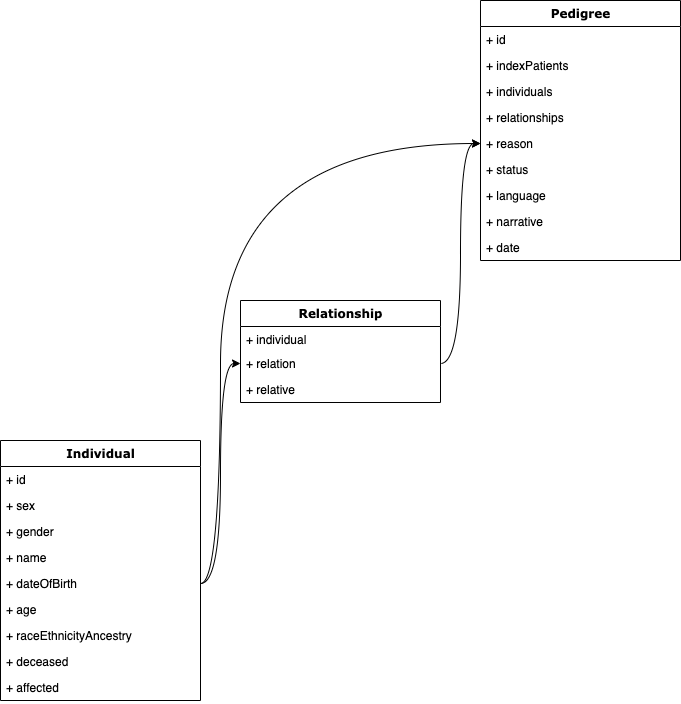
This is docs/source/images/classes.png from ga4gh/pedigree, a draw.io export, as it was before one commit. Source tidied: cells renumbered, new cells last; positions are measured from the earlier drawing's top-left corner, leaving out a move shared by most shapes.
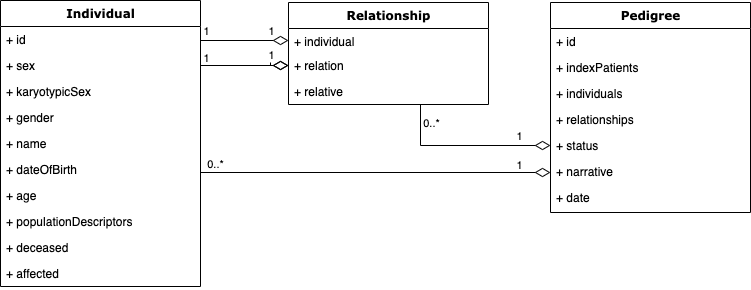
The same diagram one commit later.

Commit message:
Update class diagram with latest fields

The edit, as a diff of the source:
```diff
@@ -3,37 +3,40 @@
     <mxCell id="0" />
     <mxCell id="1" parent="0" />
     <mxCell id="2" value="Individual" style="swimlane;html=1;fontStyle=1;align=center;verticalAlign=top;horizontal=1;startSize=26;swimlaneFillColor=#ffffff;rounded=0;shadow=0;comic=0;labelBackgroundColor=none;strokeWidth=1;fillColor=none;fontFamily=Verdana;fontSize=12;" parent="1" vertex="1">
-      <mxGeometry y="440" width="200" height="260" as="geometry" />
+      <mxGeometry x="-70" y="258" width="200" height="286" as="geometry" />
     </mxCell>
     <mxCell id="3" value="+ id" style="text;html=1;strokeColor=none;fillColor=none;align=left;verticalAlign=top;spacingLeft=4;spacingRight=4;whiteSpace=wrap;overflow=hidden;" parent="2" vertex="1">
       <mxGeometry y="26" width="200" height="26" as="geometry" />
     </mxCell>
+    <mxCell id="29" value="+ sex" style="text;html=1;strokeColor=none;fillColor=none;align=left;verticalAlign=top;spacingLeft=4;spacingRight=4;whiteSpace=wrap;overflow=hidden;points=[[0,0.5],[1,0.5]];portConstraint=eastwest;" parent="2" vertex="1">
+      <mxGeometry y="52" width="200" height="26" as="geometry" />
+    </mxCell>
-    <mxCell id="4" value="+ sex" style="text;html=1;strokeColor=none;fillColor=none;align=left;verticalAlign=top;spacingLeft=4;spacingRight=4;whiteSpace=wrap;overflow=hidden;" parent="2" vertex="1">
-      <mxGeometry y="52" width="200" height="26" as="geometry" />
+    <mxCell id="4" value="+ karyotypicSex" style="text;html=1;strokeColor=none;fillColor=none;align=left;verticalAlign=top;spacingLeft=4;spacingRight=4;whiteSpace=wrap;overflow=hidden;" parent="2" vertex="1">
+      <mxGeometry y="78" width="200" height="26" as="geometry" />
     </mxCell>
     <mxCell id="5" value="+ gender" style="text;html=1;strokeColor=none;fillColor=none;align=left;verticalAlign=top;spacingLeft=4;spacingRight=4;whiteSpace=wrap;overflow=hidden;" parent="2" vertex="1">
-      <mxGeometry y="78" width="200" height="26" as="geometry" />
+      <mxGeometry y="104" width="200" height="26" as="geometry" />
     </mxCell>
     <mxCell id="6" value="+ name" style="text;html=1;strokeColor=none;fillColor=none;align=left;verticalAlign=top;spacingLeft=4;spacingRight=4;whiteSpace=wrap;overflow=hidden;" parent="2" vertex="1">
-      <mxGeometry y="104" width="200" height="26" as="geometry" />
+      <mxGeometry y="130" width="200" height="26" as="geometry" />
     </mxCell>
     <mxCell id="7" value="+ dateOfBirth" style="text;html=1;strokeColor=none;fillColor=none;align=left;verticalAlign=top;spacingLeft=4;spacingRight=4;whiteSpace=wrap;overflow=hidden;points=[[0,0.5],[1,0.5]];portConstraint=eastwest;" parent="2" vertex="1">
-      <mxGeometry y="130" width="200" height="26" as="geometry" />
+      <mxGeometry y="156" width="200" height="26" as="geometry" />
     </mxCell>
     <mxCell id="8" value="+ age" style="text;html=1;strokeColor=none;fillColor=none;align=left;verticalAlign=top;spacingLeft=4;spacingRight=4;whiteSpace=wrap;overflow=hidden;" parent="2" vertex="1">
-      <mxGeometry y="156" width="200" height="26" as="geometry" />
+      <mxGeometry y="182" width="200" height="26" as="geometry" />
     </mxCell>
-    <mxCell id="9" value="+ raceEthnicityAncestry" style="text;html=1;strokeColor=none;fillColor=none;align=left;verticalAlign=top;spacingLeft=4;spacingRight=4;whiteSpace=wrap;overflow=hidden;" parent="2" vertex="1">
-      <mxGeometry y="182" width="200" height="26" as="geometry" />
+    <mxCell id="9" value="+ populationDescriptors" style="text;html=1;strokeColor=none;fillColor=none;align=left;verticalAlign=top;spacingLeft=4;spacingRight=4;whiteSpace=wrap;overflow=hidden;" parent="2" vertex="1">
+      <mxGeometry y="208" width="200" height="26" as="geometry" />
     </mxCell>
     <mxCell id="10" value="+ deceased" style="text;html=1;strokeColor=none;fillColor=none;align=left;verticalAlign=top;spacingLeft=4;spacingRight=4;whiteSpace=wrap;overflow=hidden;" parent="2" vertex="1">
-      <mxGeometry y="208" width="200" height="26" as="geometry" />
+      <mxGeometry y="234" width="200" height="26" as="geometry" />
     </mxCell>
     <mxCell id="11" value="+ affected" style="text;html=1;strokeColor=none;fillColor=none;align=left;verticalAlign=top;spacingLeft=4;spacingRight=4;whiteSpace=wrap;overflow=hidden;" parent="2" vertex="1">
-      <mxGeometry y="234" width="200" height="26" as="geometry" />
+      <mxGeometry y="260" width="200" height="26" as="geometry" />
     </mxCell>
     <mxCell id="12" value="Relationship" style="swimlane;html=1;fontStyle=1;align=center;verticalAlign=top;horizontal=1;startSize=26;swimlaneFillColor=#ffffff;rounded=0;shadow=0;comic=0;labelBackgroundColor=none;strokeWidth=1;fillColor=none;fontFamily=Verdana;fontSize=12;" parent="1" vertex="1">
-      <mxGeometry x="240" y="300" width="200" height="102" as="geometry" />
+      <mxGeometry x="218" y="260" width="200" height="102" as="geometry" />
     </mxCell>
     <mxCell id="13" value="+ individual" style="text;html=1;strokeColor=none;fillColor=none;align=left;verticalAlign=top;spacingLeft=4;spacingRight=4;whiteSpace=wrap;overflow=hidden;points=[[0,0.5],[1,0.5]];portConstraint=eastwest;" parent="12" vertex="1">
       <mxGeometry y="26" width="200" height="24" as="geometry" />
@@ -45,7 +48,7 @@
       <mxGeometry y="76" width="200" height="26" as="geometry" />
     </mxCell>
     <mxCell id="16" value="Pedigree" style="swimlane;html=1;fontStyle=1;align=center;verticalAlign=top;horizontal=1;startSize=26;swimlaneFillColor=#ffffff;rounded=0;shadow=0;comic=0;labelBackgroundColor=none;strokeWidth=1;fillColor=none;fontFamily=Verdana;fontSize=12;" parent="1" vertex="1">
-      <mxGeometry x="480" width="200" height="260" as="geometry" />
+      <mxGeometry x="480" y="260" width="200" height="210" as="geometry" />
     </mxCell>
     <mxCell id="17" value="+ id" style="text;html=1;strokeColor=none;fillColor=none;align=left;verticalAlign=top;spacingLeft=4;spacingRight=4;whiteSpace=wrap;overflow=hidden;" parent="16" vertex="1">
       <mxGeometry y="26" width="200" height="26" as="geometry" />
@@ -59,34 +62,81 @@
     <mxCell id="20" value="+ relationships" style="text;html=1;strokeColor=none;fillColor=none;align=left;verticalAlign=top;spacingLeft=4;spacingRight=4;whiteSpace=wrap;overflow=hidden;" parent="16" vertex="1">
       <mxGeometry y="104" width="200" height="26" as="geometry" />
     </mxCell>
-    <mxCell id="21" value="+ reason" style="text;html=1;strokeColor=none;fillColor=none;align=left;verticalAlign=top;spacingLeft=4;spacingRight=4;whiteSpace=wrap;overflow=hidden;points=[[0,0.5],[1,0.5]];portConstraint=eastwest;" parent="16" vertex="1">
-      <mxGeometry y="130" width="200" height="26" as="geometry" />
-    </mxCell>
     <mxCell id="22" value="+ status" style="text;html=1;strokeColor=none;fillColor=none;align=left;verticalAlign=top;spacingLeft=4;spacingRight=4;whiteSpace=wrap;overflow=hidden;points=[[0,0.5],[1,0.5]];portConstraint=eastwest;" parent="16" vertex="1">
-      <mxGeometry y="156" width="200" height="26" as="geometry" />
+      <mxGeometry y="130" width="200" height="26" as="geometry" />
     </mxCell>
-    <mxCell id="23" value="+ language" style="text;html=1;strokeColor=none;fillColor=none;align=left;verticalAlign=top;spacingLeft=4;spacingRight=4;whiteSpace=wrap;overflow=hidden;" parent="16" vertex="1">
-      <mxGeometry y="182" width="200" height="26" as="geometry" />
-    </mxCell>
     <mxCell id="24" value="+ narrative" style="text;html=1;strokeColor=none;fillColor=none;align=left;verticalAlign=top;spacingLeft=4;spacingRight=4;whiteSpace=wrap;overflow=hidden;" parent="16" vertex="1">
-      <mxGeometry y="208" width="200" height="26" as="geometry" />
+      <mxGeometry y="156" width="200" height="26" as="geometry" />
     </mxCell>
     <mxCell id="25" value="+ date" style="text;html=1;strokeColor=none;fillColor=none;align=left;verticalAlign=top;spacingLeft=4;spacingRight=4;whiteSpace=wrap;overflow=hidden;" parent="16" vertex="1">
-      <mxGeometry y="234" width="200" height="26" as="geometry" />
+      <mxGeometry y="182" width="200" height="26" as="geometry" />
     </mxCell>
-    <mxCell id="26" style="edgeStyle=orthogonalEdgeStyle;curved=1;rounded=0;jettySize=auto;html=1;exitX=1;exitY=0.5;exitDx=0;exitDy=0;entryX=0;entryY=0.5;entryDx=0;entryDy=0;" parent="1" edge="1" source="7" target="14">
-      <mxGeometry relative="1" as="geometry" />
-    </mxCell>
-    <mxCell id="27" style="edgeStyle=orthogonalEdgeStyle;curved=1;rounded=0;jettySize=auto;html=1;exitX=1;exitY=0.5;exitDx=0;exitDy=0;entryX=0;entryY=0.5;entryDx=0;entryDy=0;" parent="1" edge="1" source="14" target="21">
-      <mxGeometry relative="1" as="geometry" />
-    </mxCell>
-    <mxCell id="28" style="edgeStyle=orthogonalEdgeStyle;curved=1;rounded=0;jettySize=auto;html=1;exitX=1;exitY=0.5;exitDx=0;exitDy=0;entryX=0;entryY=0.5;entryDx=0;entryDy=0;" parent="1" edge="1" source="7" target="21">
-      <mxGeometry relative="1" as="geometry">
-        <Array as="points">
-          <mxPoint x="220" y="583" />
-          <mxPoint x="220" y="143" />
-        </Array>
-      </mxGeometry>
-    </mxCell>
+    <mxCell id="30" style="edgeStyle=orthogonalEdgeStyle;rounded=0;jettySize=auto;html=1;startArrow=diamondThin;startFill=0;startSize=13;endArrow=none;endFill=0;exitX=0;exitY=0.5;exitDx=0;exitDy=0;entryX=0.36;entryY=1;entryDx=0;entryDy=0;entryPerimeter=0;" parent="1" edge="1" source="22" target="15">
+      <mxGeometry relative="1" as="geometry">
+        <Array as="points">
+          <mxPoint x="350" y="403" />
+          <mxPoint x="350" y="362" />
+        </Array>
+      </mxGeometry>
+    </mxCell>
+    <mxCell id="31" value="0..*" style="edgeLabel;html=1;align=center;verticalAlign=middle;" parent="30" vertex="1">
+      <mxGeometry x="0.32" y="-3" relative="1" as="geometry">
+        <mxPoint x="7" as="offset" />
+      </mxGeometry>
+    </mxCell>
+    <mxCell id="32" value="1" style="edgeLabel;html=1;align=center;verticalAlign=middle;" parent="30" vertex="1">
+      <mxGeometry x="-0.84" y="3" relative="1" as="geometry">
+        <mxPoint x="-13" y="-13" as="offset" />
+      </mxGeometry>
+    </mxCell>
+    <mxCell id="33" style="edgeStyle=orthogonalEdgeStyle;rounded=0;orthogonalLoop=1;jettySize=auto;html=1;startArrow=diamondThin;startFill=0;endArrow=none;endFill=0;startSize=13;" parent="1" edge="1">
+      <mxGeometry relative="1" as="geometry">
+        <mxPoint x="480" y="430" as="sourcePoint" />
+        <mxPoint x="130" y="430" as="targetPoint" />
+      </mxGeometry>
+    </mxCell>
+    <mxCell id="34" value="1" style="edgeLabel;html=1;align=center;verticalAlign=middle;" parent="33" vertex="1">
+      <mxGeometry x="-0.85" y="-1" relative="1" as="geometry">
+        <mxPoint x="-6" y="-7" as="offset" />
+      </mxGeometry>
+    </mxCell>
+    <mxCell id="35" value="0..*" style="edgeLabel;html=1;align=center;verticalAlign=middle;" parent="33" vertex="1">
+      <mxGeometry x="0.92" y="-2" relative="1" as="geometry">
+        <mxPoint y="-7" as="offset" />
+      </mxGeometry>
+    </mxCell>
+    <mxCell id="36" style="edgeStyle=orthogonalEdgeStyle;rounded=0;jettySize=auto;html=1;exitX=0;exitY=0.5;exitDx=0;exitDy=0;startArrow=diamondThin;startFill=0;endArrow=none;endFill=0;startSize=13;" parent="1" edge="1" source="14">
+      <mxGeometry relative="1" as="geometry">
+        <mxPoint x="200" y="320" as="targetPoint" />
+      </mxGeometry>
+    </mxCell>
+    <mxCell id="37" style="edgeStyle=orthogonalEdgeStyle;rounded=0;jettySize=auto;html=1;startArrow=diamondThin;startFill=0;endArrow=none;endFill=0;startSize=13;exitX=0;exitY=0.5;exitDx=0;exitDy=0;" parent="1" edge="1" source="13">
+      <mxGeometry relative="1" as="geometry">
+        <mxPoint x="130" y="298" as="targetPoint" />
+      </mxGeometry>
+    </mxCell>
+    <mxCell id="38" value="1" style="edgeLabel;html=1;align=center;verticalAlign=middle;" parent="37" vertex="1">
+      <mxGeometry x="-0.58" y="-4" relative="1" as="geometry">
+        <mxPoint y="-6" as="offset" />
+      </mxGeometry>
+    </mxCell>
+    <mxCell id="39" value="1" style="edgeLabel;html=1;align=center;verticalAlign=middle;" parent="37" vertex="1">
+      <mxGeometry x="0.89" relative="1" as="geometry">
+        <mxPoint y="-10" as="offset" />
+      </mxGeometry>
+    </mxCell>
+    <mxCell id="40" style="edgeStyle=orthogonalEdgeStyle;rounded=0;jettySize=auto;html=1;exitX=0;exitY=0.5;exitDx=0;exitDy=0;startArrow=diamondThin;startFill=0;endArrow=none;endFill=0;startSize=13;entryX=1;entryY=0.5;entryDx=0;entryDy=0;" parent="1" edge="1" source="14" target="29">
+      <mxGeometry relative="1" as="geometry" />
+    </mxCell>
+    <mxCell id="41" value="1" style="edgeLabel;html=1;align=center;verticalAlign=middle;" parent="40" vertex="1">
+      <mxGeometry x="-0.58" y="-3" relative="1" as="geometry">
+        <mxPoint y="-8" as="offset" />
+      </mxGeometry>
+    </mxCell>
+    <mxCell id="42" value="1" style="edgeLabel;html=1;align=center;verticalAlign=middle;" parent="40" vertex="1">
+      <mxGeometry x="0.87" y="-1" relative="1" as="geometry">
+        <mxPoint x="-1" y="-7" as="offset" />
+      </mxGeometry>
+    </mxCell>
   </root>
 </mxGraphModel>
```
